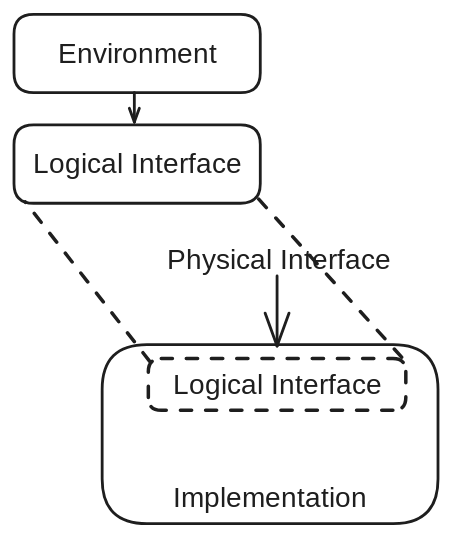
This is docs/design_abstraction.excalidraw.svg from zuspec/zuspec-dataclasses, a Excalidraw export, as it was before one commit. Source tidied: one line per element, renumbered; positions are measured from the earlier drawing's top-left corner, leaving out a move shared by most shapes.
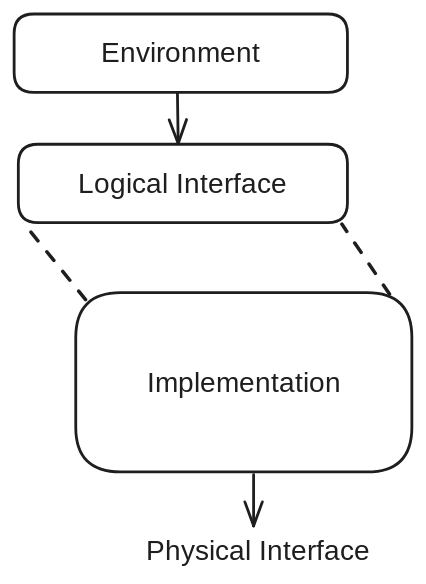
The same file after the commit.

What changed in the source:
```diff
@@ -1,13 +1,11 @@
 {"id": 0, "type": "rectangle", "strokeColor": "#1e1e1e", "strokeWidth": 2, "roughness": 0, "round": true, "x": 63, "y": 236, "width": 240, "height": 128}
-{"id": 1, "type": "text", "text": "Implementation", "strokeColor": "#1e1e1e", "strokeWidth": 2, "roughness": 0, "fontSize": 20, "fontFamily": 6, "textAlign": "center", "verticalAlign": "bottom", "inside": 0, "x": 112, "y": 332, "width": 143, "height": 27}
+{"id": 1, "type": "text", "text": "Implementation", "strokeColor": "#1e1e1e", "strokeWidth": 2, "roughness": 0, "fontSize": 20, "fontFamily": 6, "textAlign": "center", "verticalAlign": "middle", "inside": 0, "x": 112, "y": 286, "width": 143, "height": 27}
-{"id": 2, "type": "arrow", "strokeColor": "#1e1e1e", "strokeWidth": 2, "roughness": 0, "endArrowhead": "arrow", "round": true, "to": 5, "x": 188, "y": 187, "width": 0, "height": 50, "points": [[0, 0], [0, 50]]}
+{"id": 2, "type": "arrow", "strokeColor": "#1e1e1e", "strokeWidth": 2, "roughness": 0, "endArrowhead": "arrow", "round": true, "from": 0, "x": 190, "y": 366, "width": 0, "height": 36, "points": [[0, 0], [0, 36]]}
-{"id": 3, "type": "rectangle", "strokeColor": "#1e1e1e", "strokeWidth": 2, "roughness": 0, "round": true, "x": 0, "y": 79, "width": 176, "height": 56}
+{"id": 3, "type": "rectangle", "strokeColor": "#1e1e1e", "strokeWidth": 2, "roughness": 0, "round": true, "x": 22, "y": 130, "width": 235, "height": 56}
-{"id": 4, "type": "text", "text": "Logical Interface", "strokeColor": "#1e1e1e", "strokeWidth": 2, "roughness": 0, "fontSize": 20, "fontFamily": 6, "textAlign": "center", "verticalAlign": "middle", "inside": 3, "x": 13, "y": 94, "width": 149, "height": 27}
+{"id": 4, "type": "text", "text": "Logical Interface", "strokeColor": "#1e1e1e", "strokeWidth": 2, "roughness": 0, "fontSize": 20, "fontFamily": 6, "textAlign": "center", "verticalAlign": "middle", "inside": 3, "x": 65, "y": 144, "width": 149, "height": 27}
-{"id": 5, "type": "rectangle", "strokeColor": "#1e1e1e", "strokeWidth": 2, "strokeStyle": "dashed", "roughness": 0, "round": true, "x": 96, "y": 246, "width": 184, "height": 37}
-{"id": 6, "type": "text", "text": "Logical Interface", "strokeColor": "#1e1e1e", "strokeWidth": 2, "strokeStyle": "dashed", "roughness": 0, "fontSize": 20, "fontFamily": 6, "textAlign": "center", "verticalAlign": "middle", "inside": 5, "x": 113, "y": 251, "width": 149, "height": 27}
-{"id": 7, "type": "line", "strokeColor": "#1e1e1e", "strokeWidth": 2, "strokeStyle": "dashed", "roughness": 0, "round": true, "x": 97, "y": 248, "width": 89, "height": 114, "points": [[0, 0], [-89, -114]]}
+{"id": 7, "type": "line", "strokeColor": "#1e1e1e", "strokeWidth": 2, "strokeStyle": "dashed", "roughness": 0, "round": true, "x": 70, "y": 241, "width": 42, "height": 52, "points": [[0, 0], [-42, -52]]}
-{"id": 8, "type": "line", "strokeColor": "#1e1e1e", "strokeWidth": 2, "strokeStyle": "dashed", "roughness": 0, "round": true, "x": 277, "y": 245, "width": 104, "height": 115, "points": [[0, 0], [-104, -115]]}
+{"id": 8, "type": "line", "strokeColor": "#1e1e1e", "strokeWidth": 2, "strokeStyle": "dashed", "roughness": 0, "round": true, "x": 287, "y": 237, "width": 34, "height": 50, "points": [[0, 0], [-34, -50]]}
-{"id": 9, "type": "text", "text": "Physical Interface", "strokeColor": "#1e1e1e", "strokeWidth": 2, "roughness": 0, "fontSize": 20, "fontFamily": 6, "x": 109, "y": 162, "width": 182, "height": 27}
+{"id": 9, "type": "text", "text": "Physical Interface", "strokeColor": "#1e1e1e", "strokeWidth": 2, "roughness": 0, "fontSize": 20, "fontFamily": 6, "textAlign": "center", "x": 102, "y": 407, "width": 182, "height": 27}
-{"id": 10, "type": "rectangle", "strokeColor": "#1e1e1e", "strokeWidth": 2, "roughness": 0, "round": true, "x": 0, "y": 0, "width": 176, "height": 56}
+{"id": 10, "type": "rectangle", "strokeColor": "#1e1e1e", "strokeWidth": 2, "roughness": 0, "round": true, "x": 19, "y": 37, "width": 238, "height": 56}
-{"id": 11, "type": "text", "text": "Environment", "strokeColor": "#1e1e1e", "strokeWidth": 2, "roughness": 0, "fontSize": 20, "fontFamily": 6, "textAlign": "center", "verticalAlign": "middle", "inside": 10, "x": 31, "y": 14, "width": 114, "height": 27}
+{"id": 11, "type": "text", "text": "Environment", "strokeColor": "#1e1e1e", "strokeWidth": 2, "roughness": 0, "fontSize": 20, "fontFamily": 6, "textAlign": "center", "verticalAlign": "middle", "inside": 10, "x": 81, "y": 52, "width": 114, "height": 27}
-{"id": 12, "type": "arrow", "strokeColor": "#1e1e1e", "strokeWidth": 2, "roughness": 0, "endArrowhead": "arrow", "round": true, "from": 10, "to": 3, "x": 86, "y": 56, "width": 0, "height": 21, "points": [[0, 0], [0, 21]]}
+{"id": 12, "type": "arrow", "strokeColor": "#1e1e1e", "strokeWidth": 2, "roughness": 0, "endArrowhead": "arrow", "round": true, "from": 10, "to": 3, "x": 136, "y": 93, "width": 1, "height": 36, "points": [[0, 0], [1, 36]]}
```
